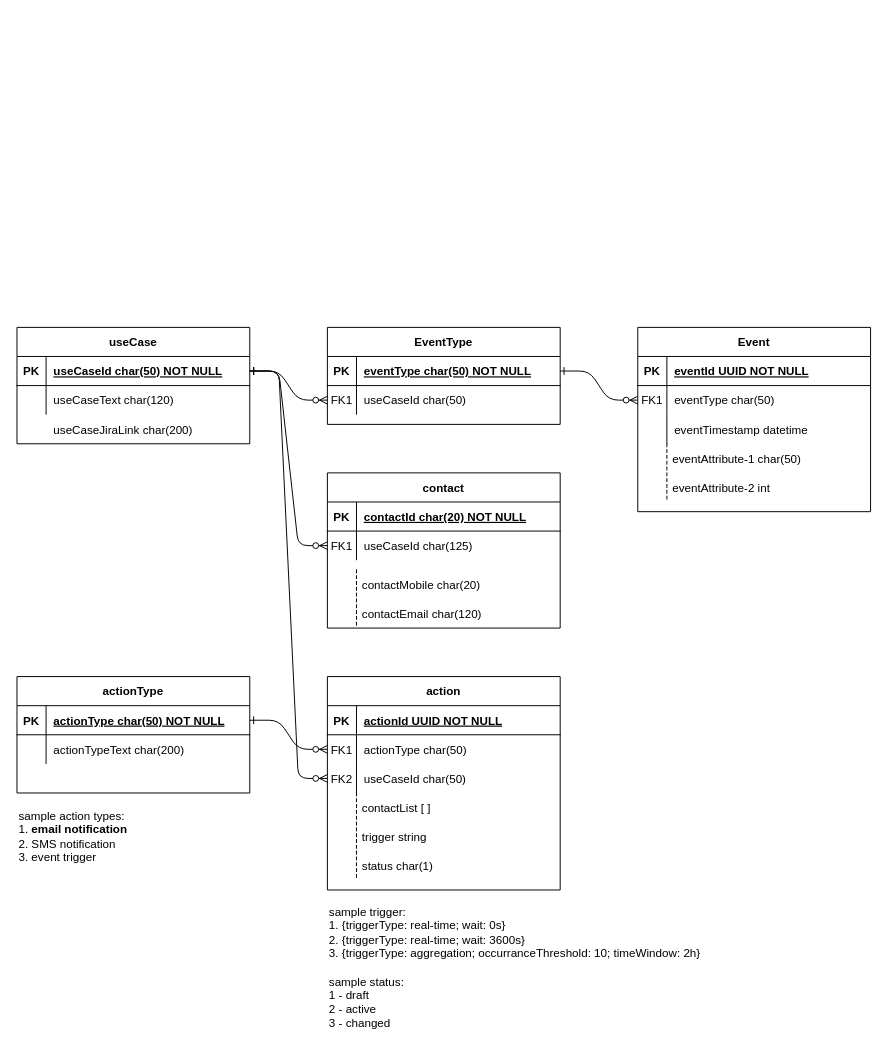
Before: Untitled Diagram.drawio in Fischlein18/test-eventing, a draw.io diagram. Source tidied: cells renumbered, new cells numbered last; positions are measured from the earlier drawing's top-left corner, leaving out a move shared by most shapes. Both pictures are drawn from the tidied source at 97%, with x=0, y=0 at pixel (16, 327).
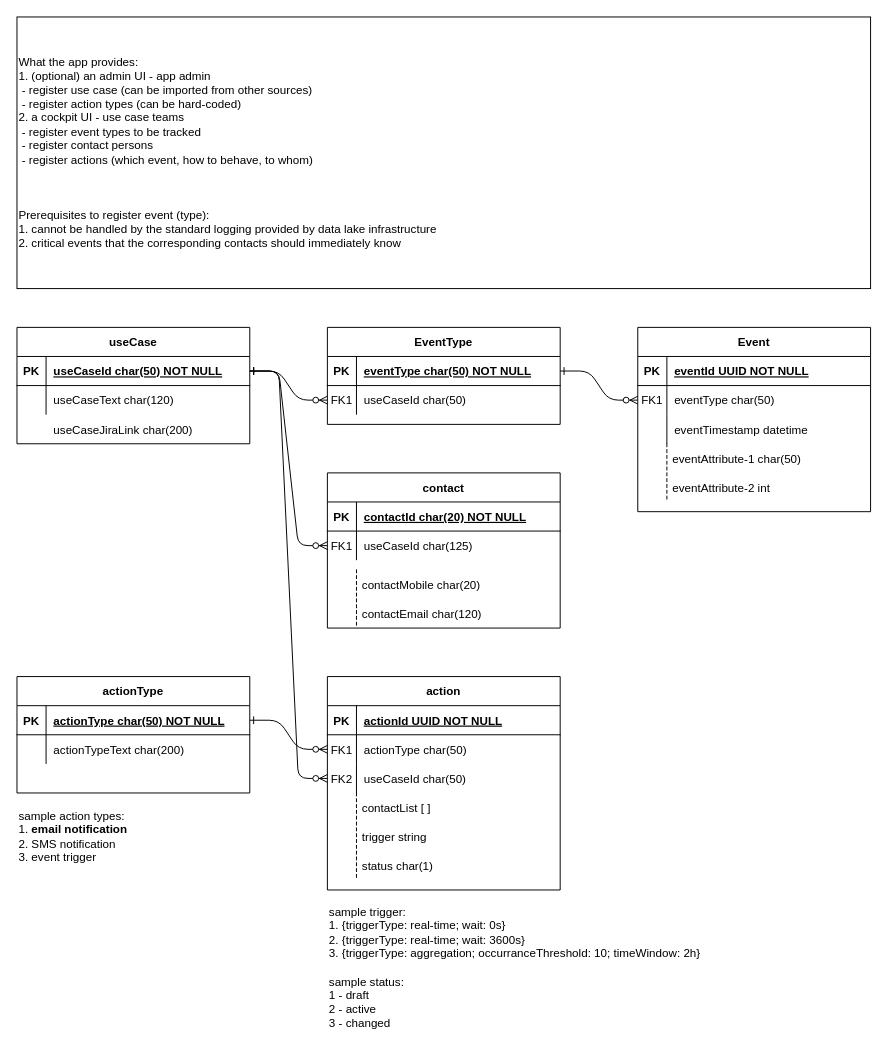
After the change.

Diff of the diagram source:
```diff
@@
+    <mxCell id="75" value="What the app provides:&lt;br&gt;1. (optional) an admin UI - app admin&amp;nbsp;&lt;br&gt;&lt;span style=&quot;white-space: pre;&quot;&gt; &lt;/span&gt;- register use case (can be imported from other sources)&lt;br&gt;&lt;span style=&quot;white-space: pre;&quot;&gt; &lt;/span&gt;- register action types (can be hard-coded)&lt;br&gt;2. a cockpit UI - use case teams&amp;nbsp;&lt;br&gt;&lt;span style=&quot;white-space: pre;&quot;&gt; &lt;/span&gt;- register event types to be tracked&lt;br&gt;&lt;span style=&quot;white-space: pre;&quot;&gt; &lt;/span&gt;- register contact persons&amp;nbsp;&lt;br&gt;&lt;span style=&quot;white-space: pre;&quot;&gt; &lt;/span&gt;- register actions (which event, how to behave, to whom)&lt;br&gt;&lt;br&gt;&lt;br&gt;&lt;br&gt;Prerequisites to register event (type):&lt;br&gt;1. cannot be handled by the standard logging provided by data lake infrastructure&lt;br&gt;2. critical events that the corresponding contacts should immediately know" style="rounded=0;whiteSpace=wrap;html=1;align=left;" parent="1" vertex="1">
+      <mxGeometry y="-320" width="880" height="280" as="geometry" />
+    </mxCell>
```
